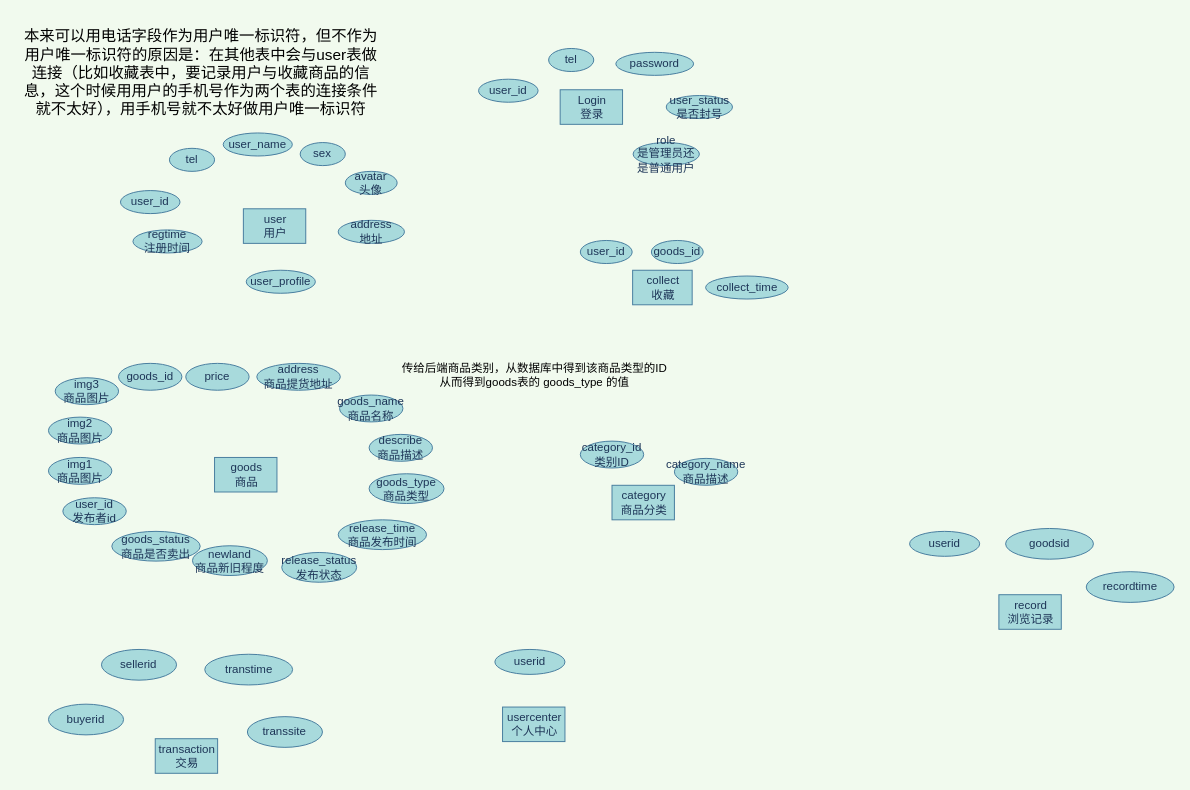
The draw.io diagram 跳蚤市场数据库ER图.drawio in 200928/image, before the edit. Source tidied: cells renumbered, new cells numbered last; positions are measured from the earlier drawing's top-left corner, leaving out a move shared by most shapes. Both pictures are drawn from the tidied source at 96%, with x=0, y=0 at pixel (16, 16).
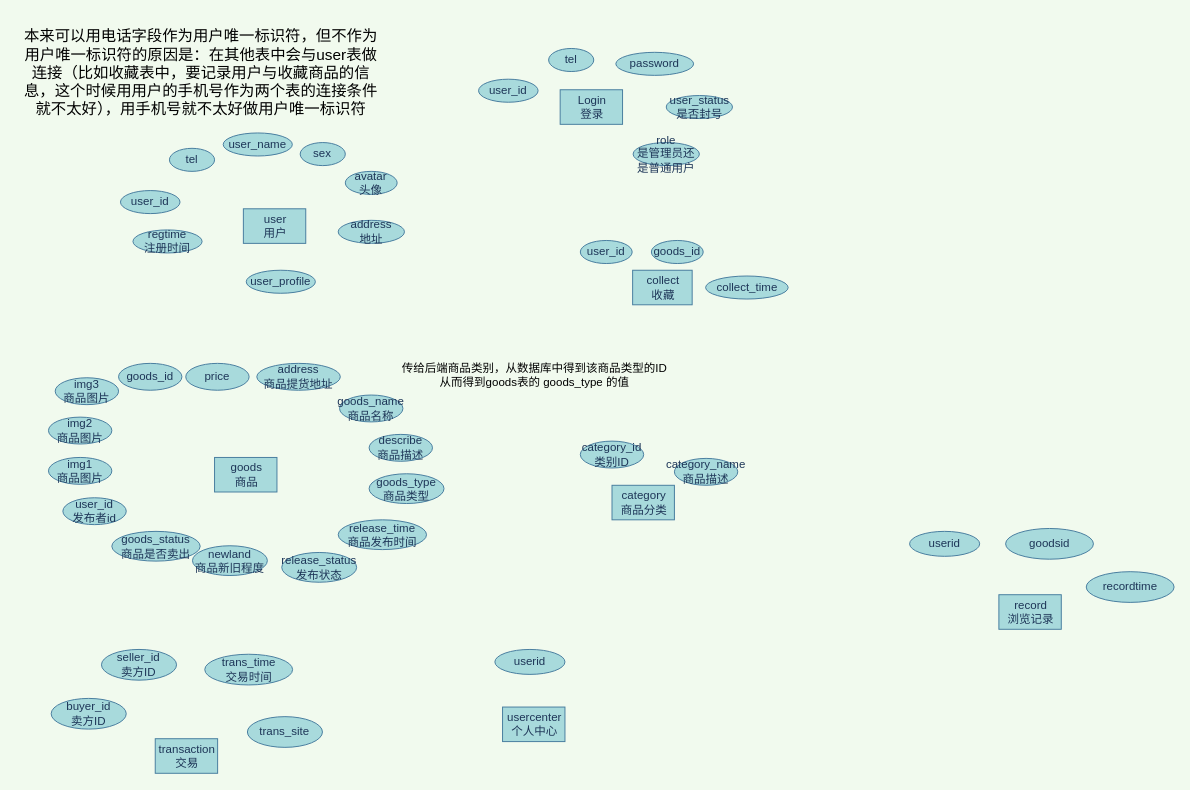
Above is the later version.

Commit message:
更新跳蚤市场数据库ER图.drawio

Change to the diagram source:
```diff
@@
-    <mxCell id="25" value="transtime" style="ellipse;whiteSpace=wrap;html=1;rounded=0;sketch=0;fontColor=#1D3557;strokeColor=#457B9D;fillColor=#A8DADC;" parent="1" vertex="1">
+    <mxCell id="25" value="trans_time&lt;br&gt;交易时间" style="ellipse;whiteSpace=wrap;html=1;rounded=0;sketch=0;fontColor=#1D3557;strokeColor=#457B9D;fillColor=#A8DADC;" parent="1" vertex="1">
       <mxGeometry x="195.8" y="664" width="91.5" height="32" as="geometry" />
     </mxCell>
-    <mxCell id="26" value="transsite" style="ellipse;whiteSpace=wrap;html=1;rounded=0;sketch=0;fontColor=#1D3557;strokeColor=#457B9D;fillColor=#A8DADC;" parent="1" vertex="1">
+    <mxCell id="26" value="trans_site" style="ellipse;whiteSpace=wrap;html=1;rounded=0;sketch=0;fontColor=#1D3557;strokeColor=#457B9D;fillColor=#A8DADC;" parent="1" vertex="1">
       <mxGeometry x="240.2" y="729" width="78.2" height="32" as="geometry" />
     </mxCell>
-    <mxCell id="27" value="buyerid" style="ellipse;whiteSpace=wrap;html=1;rounded=0;sketch=0;fontColor=#1D3557;strokeColor=#457B9D;fillColor=#A8DADC;" parent="1" vertex="1">
-      <mxGeometry x="33" y="716" width="78.2" height="32" as="geometry" />
+    <mxCell id="27" value="buyer_id&lt;br&gt;卖方ID" style="ellipse;whiteSpace=wrap;html=1;rounded=0;sketch=0;fontColor=#1D3557;strokeColor=#457B9D;fillColor=#A8DADC;" parent="1" vertex="1">
+      <mxGeometry x="35.8" y="710" width="78.2" height="32" as="geometry" />
     </mxCell>
-    <mxCell id="28" value="sellerid" style="ellipse;whiteSpace=wrap;html=1;rounded=0;sketch=0;fontColor=#1D3557;strokeColor=#457B9D;fillColor=#A8DADC;" parent="1" vertex="1">
+    <mxCell id="28" value="seller_id&lt;br&gt;卖方ID" style="ellipse;whiteSpace=wrap;html=1;rounded=0;sketch=0;fontColor=#1D3557;strokeColor=#457B9D;fillColor=#A8DADC;" parent="1" vertex="1">
       <mxGeometry x="88.2" y="659" width="78.2" height="32" as="geometry" />
     </mxCell>
```
